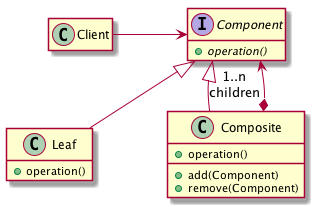
The PlantUML diagram structure/composite/uml/composite_cd.png in ace-lectures/pattern-repository, before a commit. The source it was exported from:
```plantuml
@startuml

skinparam nodesep 75
skinparam ranksep 50
hide empty members

class Client

interface Component {
  + {abstract} operation()
}

Client -> Component

class Leaf {
  + operation()
}
Component <|-- Leaf

class Composite {
  + operation()
  __
  + add(Component)
  + remove(Component)
}
Component <|-- Composite
Composite *--> "1..n\nchildren" Component

@enduml
```
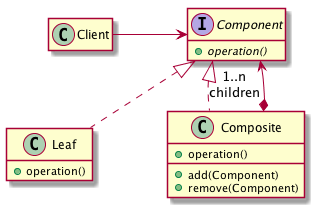
Above is the later version.

Change to the diagram source:
```diff
@@ -15,7 +15,7 @@
 class Leaf {
   + operation()
 }
-Component <|-- Leaf
+Component <|.. Leaf
 
 class Composite {
   + operation()
@@ -23,7 +23,7 @@
   + add(Component)
   + remove(Component)
 }
-Component <|-- Composite
+Component <|.. Composite
 Composite *--> "1..n\nchildren" Component
 
 @enduml
```
